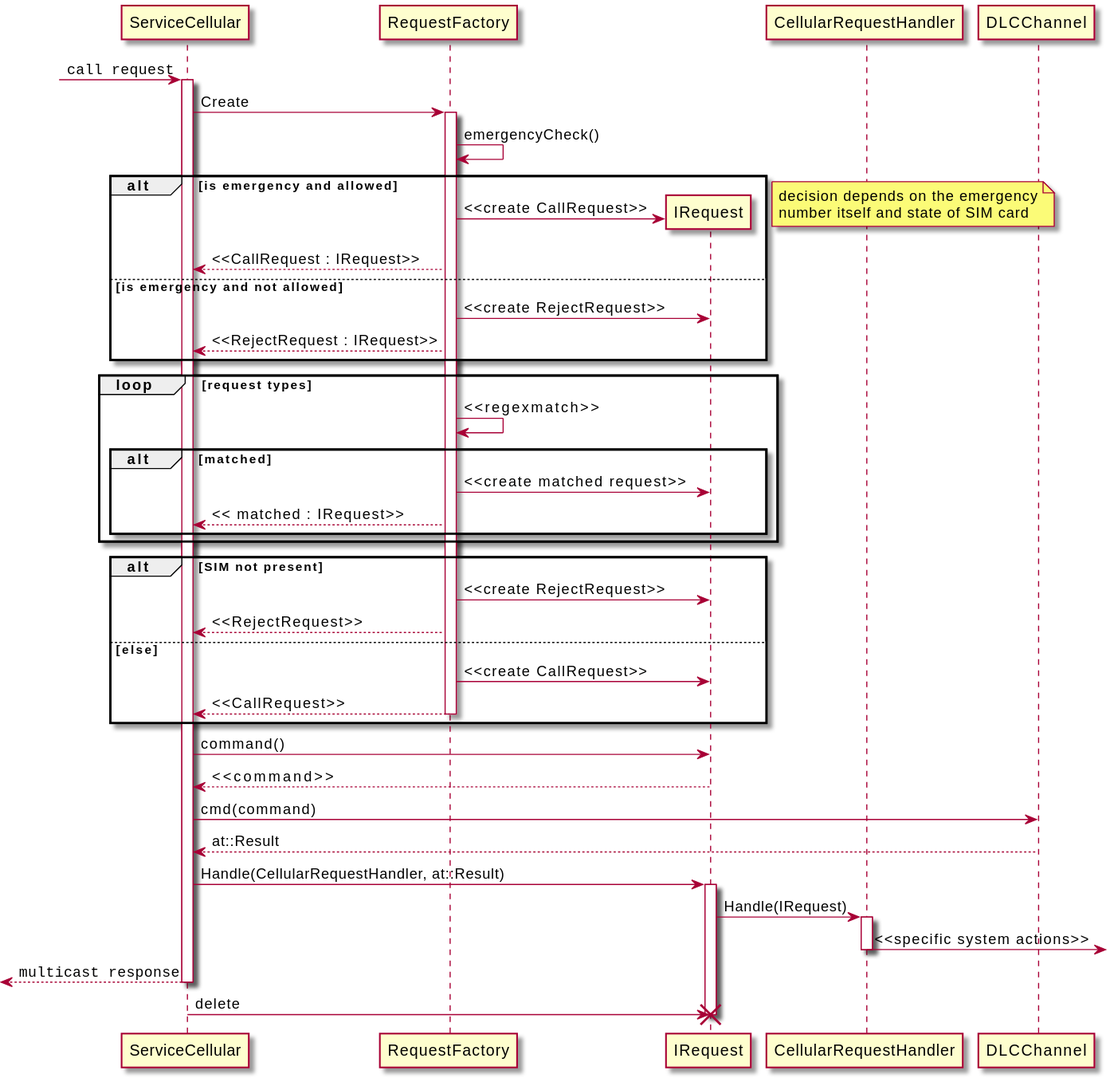
Earlier version of the PlantUML export module-services/service-cellular/doc/call_request_handling.svg (mudita/MuditaOS).
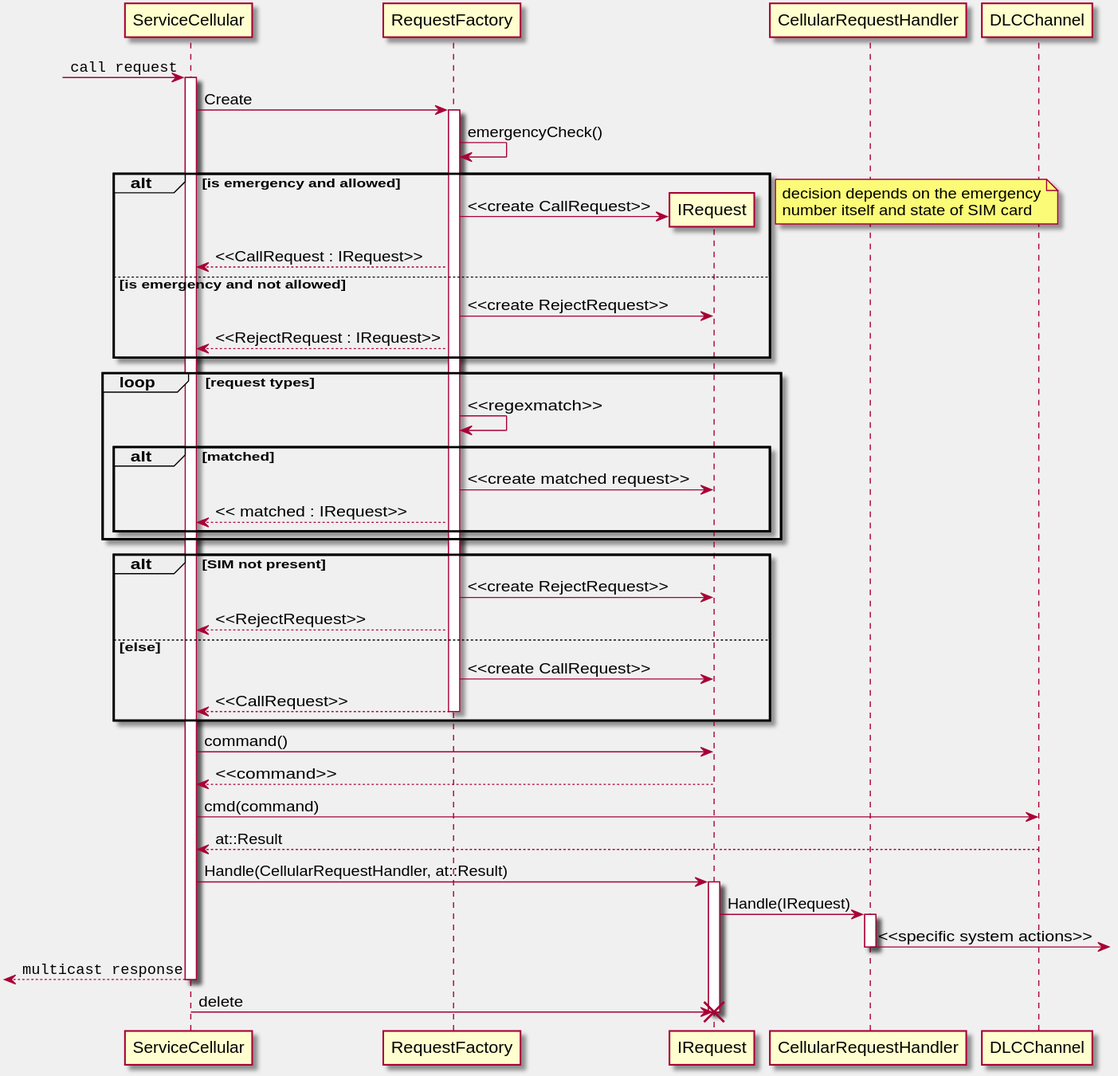
After the change.

The edit, as a diff of the source:
```diff
@@ -1,9 +1,10 @@
 @startuml
+skinparam BackgroundColor F0F0F0
 participant ServiceCellular as cellular
 participant RequestFactory as factory
 participant IRequest as request
 participant CellularRequestHandler as handler
-participant DLC_channel as channel
+participant DLCChannel as channel
 
 
 ?->     cellular + : ""call request""
```
